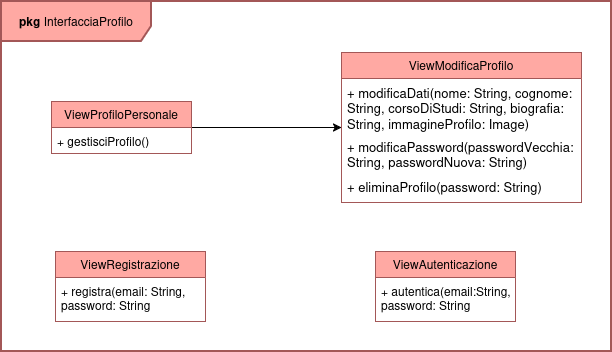
The draw.io diagram latex/images/diagramma-di-dettaglio-interfaccia-profilo.png in federicoporpora/studyLink, before a commit. Source tidied: cells renumbered, new cells last; positions are measured from the earlier drawing's top-left corner, leaving out a move shared by most shapes. The source it was exported from:
```xml
<mxGraphModel>
  <root>
    <mxCell id="0" />
    <mxCell id="1" parent="0" />
    <mxCell id="2" value="&lt;b&gt;pkg &lt;/b&gt;InterfacciaProfilo" style="shape=umlFrame;whiteSpace=wrap;html=1;width=150;height=40;fillColor=#FFA9A3;strokeColor=#A35757;strokeWidth=2;" parent="1" vertex="1">
      <mxGeometry width="610" height="350" as="geometry" />
    </mxCell>
    <mxCell id="3" style="edgeStyle=orthogonalEdgeStyle;rounded=0;jettySize=auto;html=1;exitX=1;exitY=0.5;exitDx=0;exitDy=0;entryX=0;entryY=0.5;entryDx=0;entryDy=0;" parent="1" edge="1" source="4" target="10">
      <mxGeometry relative="1" as="geometry" />
    </mxCell>
    <mxCell id="4" value="ViewProfiloPersonale" style="swimlane;fontStyle=0;horizontal=1;startSize=26;fillColor=#FFA9A3;whiteSpace=wrap;html=1;strokeColor=#A35757;" parent="1" vertex="1">
      <mxGeometry x="50" y="100" width="140" height="52" as="geometry" />
    </mxCell>
    <mxCell id="5" value="+ gestisciProfilo()" style="text;strokeColor=none;fillColor=none;align=left;verticalAlign=top;spacingLeft=4;spacingRight=4;overflow=hidden;whiteSpace=wrap;html=1;" parent="4" vertex="1">
      <mxGeometry y="26" width="140" height="26" as="geometry" />
    </mxCell>
    <mxCell id="6" value="ViewAutenticazione" style="swimlane;fontStyle=0;horizontal=1;startSize=26;fillColor=#FFA9A3;whiteSpace=wrap;html=1;strokeColor=#A35757;" parent="1" vertex="1">
      <mxGeometry x="374" y="250" width="140" height="70" as="geometry" />
    </mxCell>
    <mxCell id="7" value="+ autentica(email:String, password: String" style="text;strokeColor=none;fillColor=none;align=left;verticalAlign=top;spacingLeft=4;spacingRight=4;overflow=hidden;whiteSpace=wrap;html=1;" parent="6" vertex="1">
      <mxGeometry y="26" width="140" height="44" as="geometry" />
    </mxCell>
    <mxCell id="8" value="ViewRegistrazione" style="swimlane;fontStyle=0;horizontal=1;startSize=26;fillColor=#FFA9A3;whiteSpace=wrap;html=1;strokeColor=#A35757;" parent="1" vertex="1">
      <mxGeometry x="54" y="250" width="150" height="70" as="geometry" />
    </mxCell>
    <mxCell id="9" value="+ registra(email: String, password: String" style="text;strokeColor=none;fillColor=none;align=left;verticalAlign=top;spacingLeft=4;spacingRight=4;overflow=hidden;whiteSpace=wrap;html=1;" parent="8" vertex="1">
      <mxGeometry y="26" width="150" height="44" as="geometry" />
    </mxCell>
    <mxCell id="10" value="ViewModificaProfilo" style="swimlane;fontStyle=0;horizontal=1;startSize=26;fillColor=#FFA9A3;whiteSpace=wrap;html=1;strokeColor=#A35757;" parent="1" vertex="1">
      <mxGeometry x="340" y="51" width="240" height="150" as="geometry" />
    </mxCell>
    <mxCell id="11" value="+ modificaDati(nome: String, cognome: String, corsoDiStudi: String, biografia: String, immagineProfilo: Image)" style="text;strokeColor=none;fillColor=none;align=left;verticalAlign=top;spacingLeft=4;spacingRight=4;overflow=hidden;whiteSpace=wrap;html=1;fontColor=light-dark(#000000,#000000);fontStyle=0;fontSize=13;" parent="10" vertex="1">
      <mxGeometry y="26" width="240" height="54" as="geometry" />
    </mxCell>
    <mxCell id="12" value="+ modificaPassword(passwordVecchia: String, passwordNuova: String)" style="text;strokeColor=none;fillColor=none;align=left;verticalAlign=top;spacingLeft=4;spacingRight=4;overflow=hidden;whiteSpace=wrap;html=1;fontColor=light-dark(#000000,#000000);fontStyle=0;fontSize=13;" parent="10" vertex="1">
      <mxGeometry y="80" width="240" height="40" as="geometry" />
    </mxCell>
    <mxCell id="13" value="&lt;font style=&quot;color: light-dark(rgb(0, 0, 0), rgb(0, 0, 0));&quot;&gt;&lt;span style=&quot;font-size: 13px;&quot;&gt;+ eliminaProfilo(password: String)&lt;/span&gt;&lt;/font&gt;" style="text;strokeColor=none;fillColor=none;align=left;verticalAlign=top;spacingLeft=4;spacingRight=4;overflow=hidden;whiteSpace=wrap;html=1;" parent="10" vertex="1">
      <mxGeometry y="120" width="240" height="30" as="geometry" />
    </mxCell>
  </root>
</mxGraphModel>
```
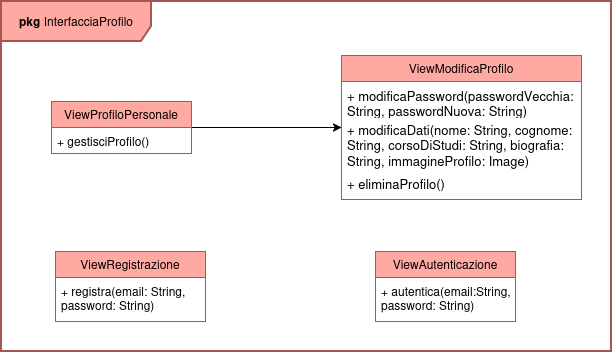
The same file after the commit.

The edit, as a diff of the source:
```diff
@@ -17,26 +17,26 @@
     <mxCell id="6" value="ViewAutenticazione" style="swimlane;fontStyle=0;horizontal=1;startSize=26;fillColor=#FFA9A3;whiteSpace=wrap;html=1;strokeColor=#A35757;" parent="1" vertex="1">
       <mxGeometry x="374" y="250" width="140" height="70" as="geometry" />
     </mxCell>
-    <mxCell id="7" value="+ autentica(email:String, password: String" style="text;strokeColor=none;fillColor=none;align=left;verticalAlign=top;spacingLeft=4;spacingRight=4;overflow=hidden;whiteSpace=wrap;html=1;" parent="6" vertex="1">
+    <mxCell id="7" value="+ autentica(email:String, password: String)" style="text;strokeColor=none;fillColor=none;align=left;verticalAlign=top;spacingLeft=4;spacingRight=4;overflow=hidden;whiteSpace=wrap;html=1;" parent="6" vertex="1">
       <mxGeometry y="26" width="140" height="44" as="geometry" />
     </mxCell>
     <mxCell id="8" value="ViewRegistrazione" style="swimlane;fontStyle=0;horizontal=1;startSize=26;fillColor=#FFA9A3;whiteSpace=wrap;html=1;strokeColor=#A35757;" parent="1" vertex="1">
       <mxGeometry x="54" y="250" width="150" height="70" as="geometry" />
     </mxCell>
-    <mxCell id="9" value="+ registra(email: String, password: String" style="text;strokeColor=none;fillColor=none;align=left;verticalAlign=top;spacingLeft=4;spacingRight=4;overflow=hidden;whiteSpace=wrap;html=1;" parent="8" vertex="1">
+    <mxCell id="9" value="+ registra(email: String, password: String)" style="text;strokeColor=none;fillColor=none;align=left;verticalAlign=top;spacingLeft=4;spacingRight=4;overflow=hidden;whiteSpace=wrap;html=1;" parent="8" vertex="1">
       <mxGeometry y="26" width="150" height="44" as="geometry" />
     </mxCell>
     <mxCell id="10" value="ViewModificaProfilo" style="swimlane;fontStyle=0;horizontal=1;startSize=26;fillColor=#FFA9A3;whiteSpace=wrap;html=1;strokeColor=#A35757;" parent="1" vertex="1">
-      <mxGeometry x="340" y="51" width="240" height="150" as="geometry" />
+      <mxGeometry x="340" y="54" width="240" height="144" as="geometry" />
     </mxCell>
+    <mxCell id="12" value="+ modificaPassword(passwordVecchia: String, passwordNuova: String)" style="text;strokeColor=none;fillColor=none;align=left;verticalAlign=top;spacingLeft=4;spacingRight=4;overflow=hidden;whiteSpace=wrap;html=1;fontColor=light-dark(#000000,#000000);fontStyle=0;fontSize=13;" parent="10" vertex="1">
+      <mxGeometry y="26" width="240" height="34" as="geometry" />
+    </mxCell>
     <mxCell id="11" value="+ modificaDati(nome: String, cognome: String, corsoDiStudi: String, biografia: String, immagineProfilo: Image)" style="text;strokeColor=none;fillColor=none;align=left;verticalAlign=top;spacingLeft=4;spacingRight=4;overflow=hidden;whiteSpace=wrap;html=1;fontColor=light-dark(#000000,#000000);fontStyle=0;fontSize=13;" parent="10" vertex="1">
-      <mxGeometry y="26" width="240" height="54" as="geometry" />
+      <mxGeometry y="60" width="240" height="54" as="geometry" />
     </mxCell>
-    <mxCell id="12" value="+ modificaPassword(passwordVecchia: String, passwordNuova: String)" style="text;strokeColor=none;fillColor=none;align=left;verticalAlign=top;spacingLeft=4;spacingRight=4;overflow=hidden;whiteSpace=wrap;html=1;fontColor=light-dark(#000000,#000000);fontStyle=0;fontSize=13;" parent="10" vertex="1">
-      <mxGeometry y="80" width="240" height="40" as="geometry" />
-    </mxCell>
-    <mxCell id="13" value="&lt;font style=&quot;color: light-dark(rgb(0, 0, 0), rgb(0, 0, 0));&quot;&gt;&lt;span style=&quot;font-size: 13px;&quot;&gt;+ eliminaProfilo(password: String)&lt;/span&gt;&lt;/font&gt;" style="text;strokeColor=none;fillColor=none;align=left;verticalAlign=top;spacingLeft=4;spacingRight=4;overflow=hidden;whiteSpace=wrap;html=1;" parent="10" vertex="1">
-      <mxGeometry y="120" width="240" height="30" as="geometry" />
+    <mxCell id="13" value="&lt;font style=&quot;color: light-dark(rgb(0, 0, 0), rgb(0, 0, 0));&quot;&gt;&lt;span style=&quot;font-size: 13px;&quot;&gt;+ eliminaProfilo()&lt;/span&gt;&lt;/font&gt;" style="text;strokeColor=none;fillColor=none;align=left;verticalAlign=top;spacingLeft=4;spacingRight=4;overflow=hidden;whiteSpace=wrap;html=1;" parent="10" vertex="1">
+      <mxGeometry y="114" width="240" height="30" as="geometry" />
     </mxCell>
   </root>
 </mxGraphModel>
```
